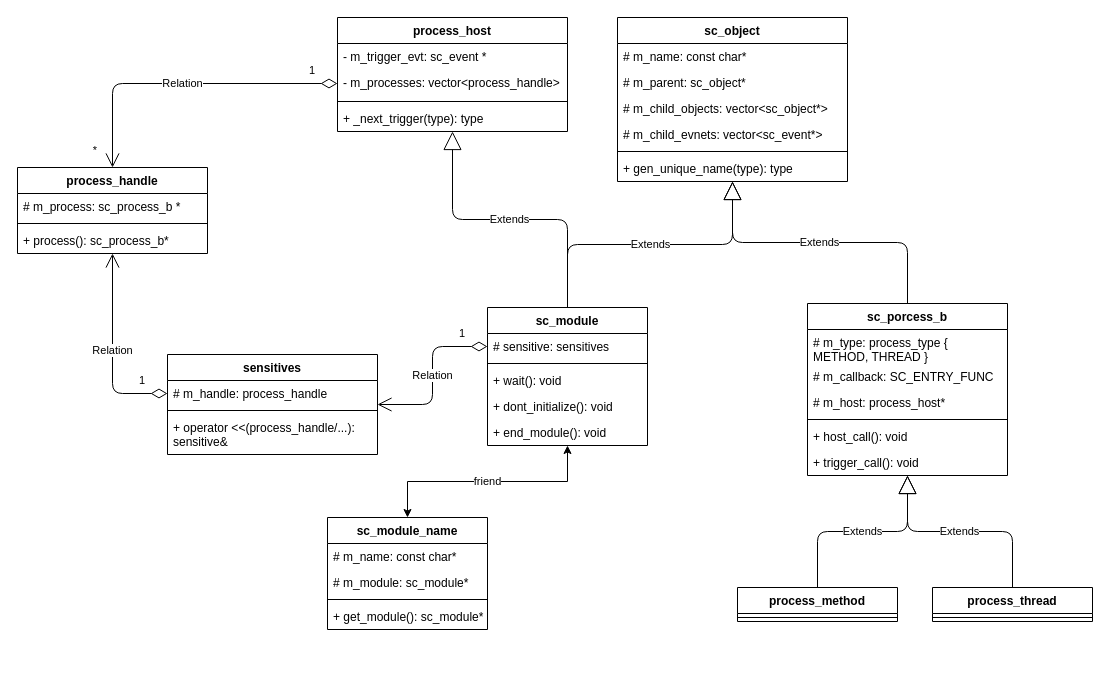
The draw.io diagram scgo_cpp.drawio in Dercury/CLDK, before the edit. Source tidied: cells renumbered, new cells numbered last; positions are measured from the earlier drawing's top-left corner, leaving out a move shared by most shapes. Both pictures are drawn from the tidied source at 100%, with x=0, y=0 at pixel (17, 17).
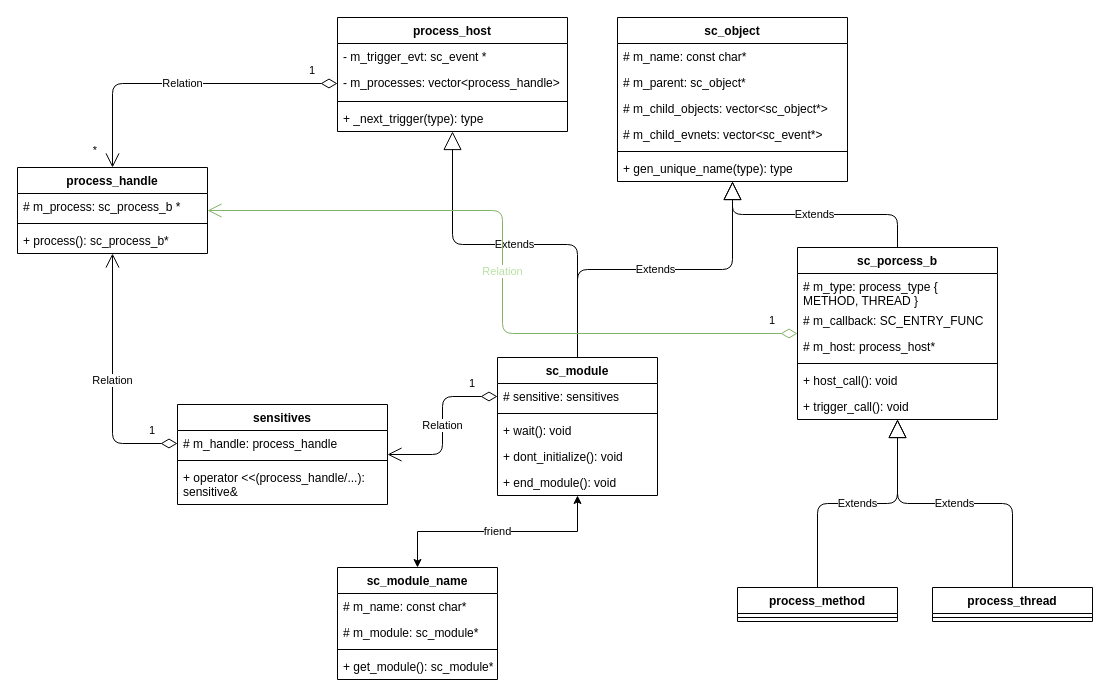
After the change.

The change refers to these unchanged cells:
```xml
<mxCell id="42" value="process_handle" style="swimlane;fontStyle=1;align=center;verticalAlign=top;horizontal=1;startSize=26;" parent="1" vertex="1">
  <mxGeometry y="150" width="190" height="86" as="geometry" />
</mxCell>
```

What changed in the source:
```diff
@@
     <mxCell id="9" value="sc_porcess_b" style="swimlane;fontStyle=1;align=center;verticalAlign=top;horizontal=1;startSize=26;" parent="1" vertex="1">
-      <mxGeometry x="790" y="286" width="200" height="172" as="geometry" />
+      <mxGeometry x="780" y="230" width="200" height="172" as="geometry" />
     </mxCell>
@@
     <mxCell id="24" value="sc_module" style="swimlane;fontStyle=1;align=center;verticalAlign=top;horizontal=1;startSize=26;" parent="1" vertex="1">
-      <mxGeometry x="470" y="290" width="160" height="138" as="geometry" />
+      <mxGeometry x="480" y="340" width="160" height="138" as="geometry" />
     </mxCell>
@@
     <mxCell id="37" value="sc_module_name" style="swimlane;fontStyle=1;align=center;verticalAlign=top;horizontal=1;startSize=26;" parent="1" vertex="1">
-      <mxGeometry x="310" y="500" width="160" height="112" as="geometry" />
+      <mxGeometry x="320" y="550" width="160" height="112" as="geometry" />
     </mxCell>
@@
     <mxCell id="49" value="sensitives" style="swimlane;fontStyle=1;align=center;verticalAlign=top;horizontal=1;startSize=26;" parent="1" vertex="1">
-      <mxGeometry x="150" y="337" width="210" height="100" as="geometry" />
+      <mxGeometry x="160" y="387" width="210" height="100" as="geometry" />
     </mxCell>
@@
+    <mxCell id="57" value="Relation" style="endArrow=open;html=1;endSize=12;startArrow=diamondThin;startSize=14;startFill=0;edgeStyle=orthogonalEdgeStyle;fillColor=#d5e8d4;strokeColor=#82b366;fontColor=#B9E0A5;" parent="1" edge="1" source="9" target="42">
+      <mxGeometry relative="1" as="geometry" />
+    </mxCell>
+    <mxCell id="58" value="1" style="edgeLabel;html=1;align=left;verticalAlign=top;" parent="57" vertex="1">
+      <mxGeometry x="-1" relative="1" as="geometry">
+        <mxPoint x="-30" y="-26" as="offset" />
+      </mxGeometry>
+    </mxCell>
```
